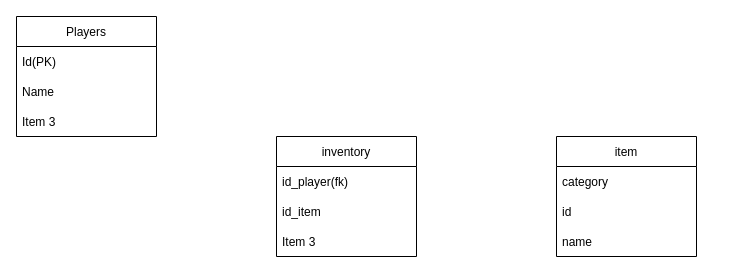
This is Nimetön kaavio.drawio from danielmakela/Database, a draw.io file, before an edit. Source tidied: cells renumbered, new cells numbered last; positions are measured from the earlier drawing's top-left corner, leaving out a move shared by most shapes. Both pictures are drawn from the tidied source at 100%, with x=0, y=0 at pixel (16, 16).
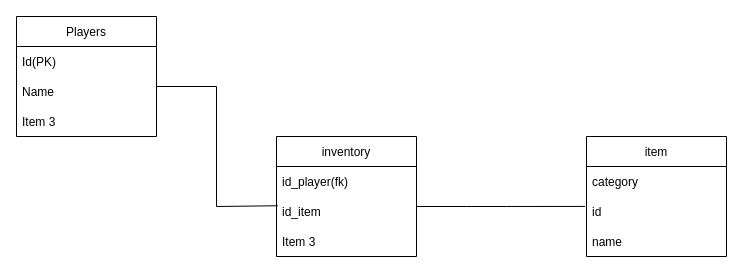
The same diagram, later.

The change refers to these unchanged cells:
```xml
<mxCell id="8" value="id_item" style="text;strokeColor=none;fillColor=none;align=left;verticalAlign=middle;spacingLeft=4;spacingRight=4;overflow=hidden;points=[[0,0.5],[1,0.5]];portConstraint=eastwest;" parent="6" vertex="1">
  <mxGeometry y="60" width="140" height="30" as="geometry" />
</mxCell>
<mxCell id="12" value="id" style="text;strokeColor=none;fillColor=none;align=left;verticalAlign=middle;spacingLeft=4;spacingRight=4;overflow=hidden;points=[[0,0.5],[1,0.5]];portConstraint=eastwest;" parent="10" vertex="1">
  <mxGeometry y="60" width="140" height="30" as="geometry" />
</mxCell>
```

What changed in the source:
```diff
@@
     <mxCell id="10" value="item" style="swimlane;fontStyle=0;horizontal=1;startSize=30;" parent="1" vertex="1">
-      <mxGeometry x="540" y="120" width="140" height="120" as="geometry" />
+      <mxGeometry x="570" y="120" width="140" height="120" as="geometry" />
     </mxCell>
@@
+    <mxCell id="14" style="endArrow=none;html=1;rounded=0;" parent="1" edge="1">
+      <mxGeometry relative="1" as="geometry">
+        <mxPoint x="140" y="70" as="sourcePoint" />
+        <mxPoint x="200" y="70" as="targetPoint" />
+      </mxGeometry>
+    </mxCell>
+    <mxCell id="15" style="endArrow=none;html=1;rounded=0;" parent="1" edge="1">
+      <mxGeometry relative="1" as="geometry">
+        <mxPoint x="200" y="190" as="sourcePoint" />
+        <mxPoint x="200" y="70" as="targetPoint" />
+      </mxGeometry>
+    </mxCell>
+    <mxCell id="16" style="endArrow=none;html=1;rounded=0;entryX=0.01;entryY=0.308;entryDx=0;entryDy=0;entryPerimeter=0;" parent="1" edge="1" target="8">
+      <mxGeometry relative="1" as="geometry">
+        <mxPoint x="200" y="190" as="sourcePoint" />
+      </mxGeometry>
+    </mxCell>
+    <mxCell id="17" style="endArrow=none;html=1;rounded=0;entryX=-0.01;entryY=0.331;entryDx=0;entryDy=0;entryPerimeter=0;" parent="1" edge="1" target="12">
+      <mxGeometry relative="1" as="geometry">
+        <mxPoint x="400" y="190" as="sourcePoint" />
+        <Array as="points">
+          <mxPoint x="450" y="190" />
+          <mxPoint x="490" y="190" />
+        </Array>
+      </mxGeometry>
+    </mxCell>
```
